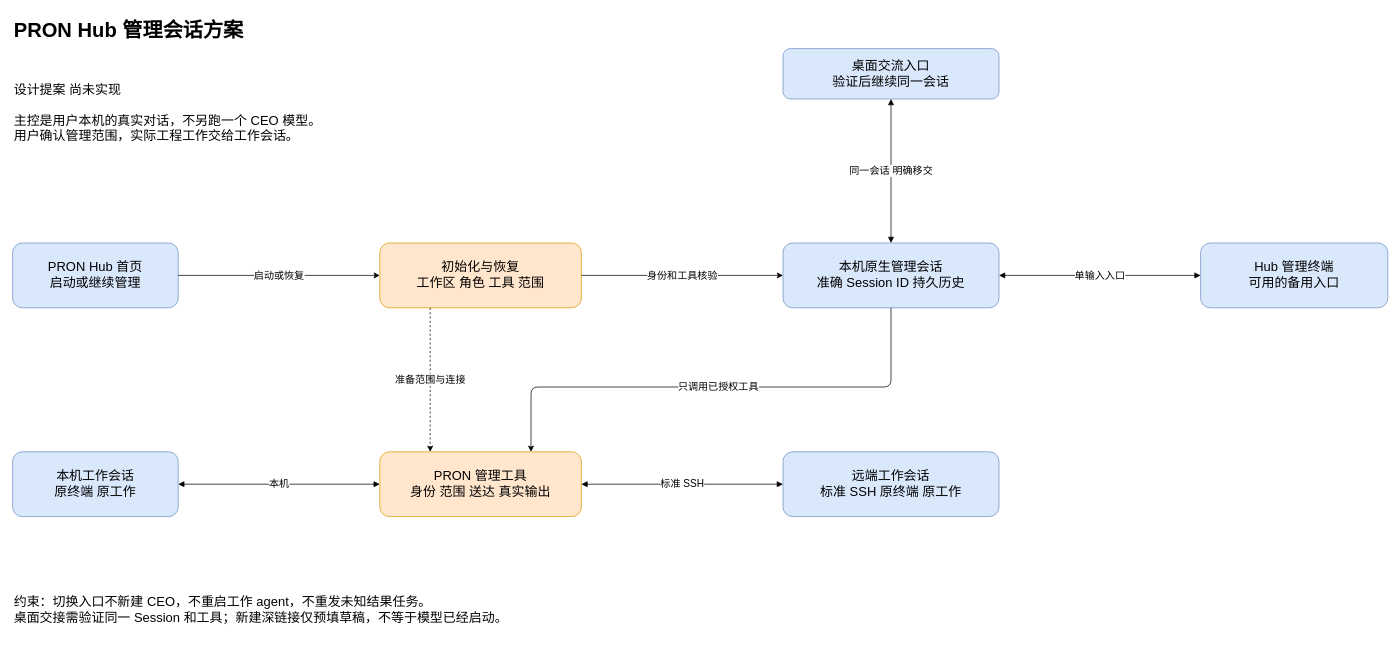
Above: docs/management-session-flow.drawio in jiale-wangOwO/agent-captain (draw.io), before the change. Source tidied: cells renumbered, new cells numbered last; positions are measured from the earlier drawing's top-left corner, leaving out a move shared by most shapes. Both pictures are drawn from the tidied source at 72%, with x=0, y=0 at pixel (12, 12).
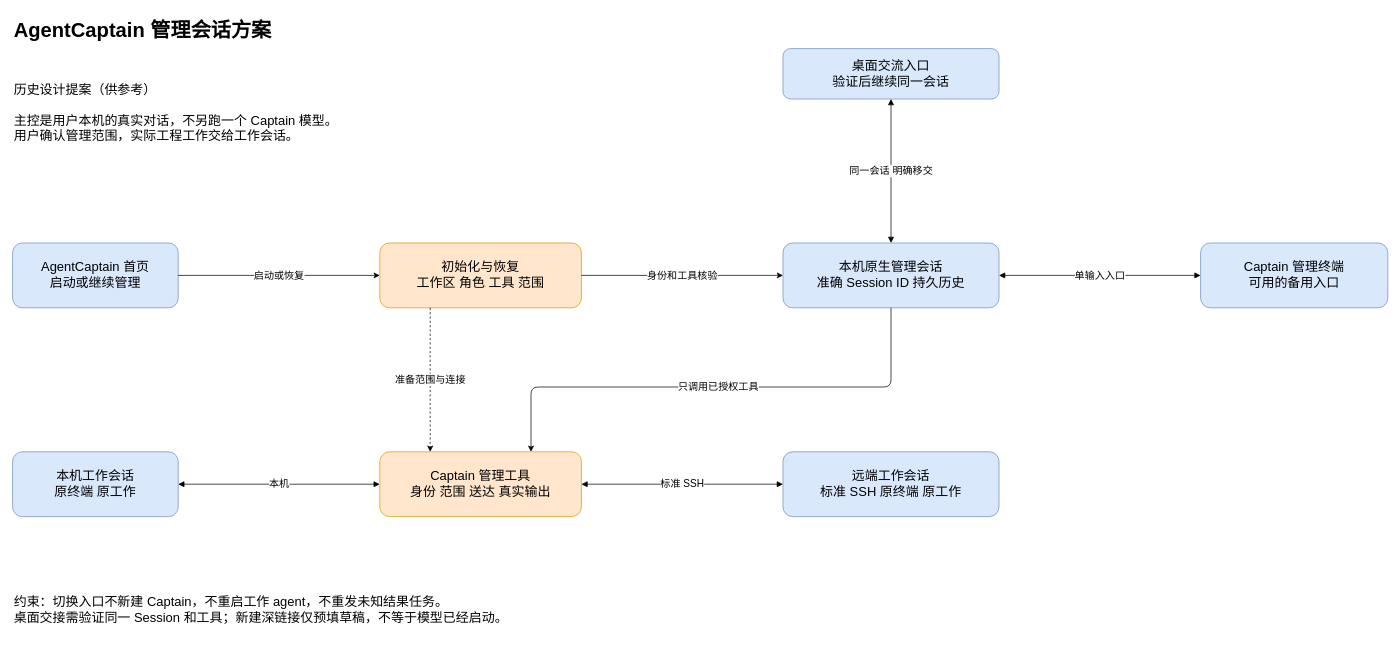
After the change.

Diff of the diagram source:
```diff
@@
-    <mxCell id="2" value="PRON Hub 首页&#10;启动或继续管理" style="rounded=1;whiteSpace=wrap;html=1;fillColor=#dae8fc;strokeColor=#6c8ebf;fontFamily=Microsoft YaHei;fontSize=18;" parent="1" vertex="1">
+    <mxCell id="2" value="AgentCaptain 首页&#10;启动或继续管理" style="rounded=1;whiteSpace=wrap;html=1;fillColor=#dae8fc;strokeColor=#6c8ebf;fontFamily=Microsoft YaHei;fontSize=18;" parent="1" vertex="1">
       <mxGeometry y="320" width="230" height="90" as="geometry" />
     </mxCell>
@@
-    <mxCell id="6" value="Hub 管理终端&#10;可用的备用入口" style="rounded=1;whiteSpace=wrap;html=1;fillColor=#dae8fc;strokeColor=#6c8ebf;fontFamily=Microsoft YaHei;fontSize=18;" parent="1" vertex="1">
+    <mxCell id="6" value="Captain 管理终端&#10;可用的备用入口" style="rounded=1;whiteSpace=wrap;html=1;fillColor=#dae8fc;strokeColor=#6c8ebf;fontFamily=Microsoft YaHei;fontSize=18;" parent="1" vertex="1">
       <mxGeometry x="1650" y="320" width="260" height="90" as="geometry" />
     </mxCell>
-    <mxCell id="7" value="PRON 管理工具&#10;身份 范围 送达 真实输出" style="rounded=1;whiteSpace=wrap;html=1;fillColor=#ffe6cc;strokeColor=#d79b00;fontFamily=Microsoft YaHei;fontSize=18;" parent="1" vertex="1">
+    <mxCell id="7" value="Captain 管理工具&#10;身份 范围 送达 真实输出" style="rounded=1;whiteSpace=wrap;html=1;fillColor=#ffe6cc;strokeColor=#d79b00;fontFamily=Microsoft YaHei;fontSize=18;" parent="1" vertex="1">
       <mxGeometry x="510" y="610" width="280" height="90" as="geometry" />
     </mxCell>
@@
-    <mxCell id="10" value="PRON Hub 管理会话方案" style="text;html=1;align=left;verticalAlign=middle;fontFamily=Microsoft YaHei;fontSize=28;fontStyle=1;" parent="1" vertex="1">
+    <mxCell id="10" value="AgentCaptain 管理会话方案" style="text;html=1;align=left;verticalAlign=middle;fontFamily=Microsoft YaHei;fontSize=28;fontStyle=1;" parent="1" vertex="1">
       <mxGeometry width="900" height="50" as="geometry" />
     </mxCell>
-    <mxCell id="11" value="设计提案 尚未实现&#10;&#10;主控是用户本机的真实对话，不另跑一个 CEO 模型。&#10;用户确认管理范围，实际工程工作交给工作会话。" style="text;html=1;whiteSpace=wrap;align=left;verticalAlign=top;fontFamily=Microsoft YaHei;fontSize=18;" parent="1" vertex="1">
+    <mxCell id="11" value="历史设计提案（供参考）&#10;&#10;主控是用户本机的真实对话，不另跑一个 Captain 模型。&#10;用户确认管理范围，实际工程工作交给工作会话。" style="text;html=1;whiteSpace=wrap;align=left;verticalAlign=top;fontFamily=Microsoft YaHei;fontSize=18;" parent="1" vertex="1">
       <mxGeometry y="90" width="790" height="170" as="geometry" />
     </mxCell>
@@
-    <mxCell id="20" value="约束：切换入口不新建 CEO，不重启工作 agent，不重发未知结果任务。&#10;桌面交接需验证同一 Session 和工具；新建深链接仅预填草稿，不等于模型已经启动。" style="text;html=1;whiteSpace=wrap;align=left;verticalAlign=middle;fontFamily=Microsoft YaHei;fontSize=18;" parent="1" vertex="1">
+    <mxCell id="20" value="约束：切换入口不新建 Captain，不重启工作 agent，不重发未知结果任务。&#10;桌面交接需验证同一 Session 和工具；新建深链接仅预填草稿，不等于模型已经启动。" style="text;html=1;whiteSpace=wrap;align=left;verticalAlign=middle;fontFamily=Microsoft YaHei;fontSize=18;" parent="1" vertex="1">
       <mxGeometry y="780" width="1900" height="100" as="geometry" />
     </mxCell>
```
